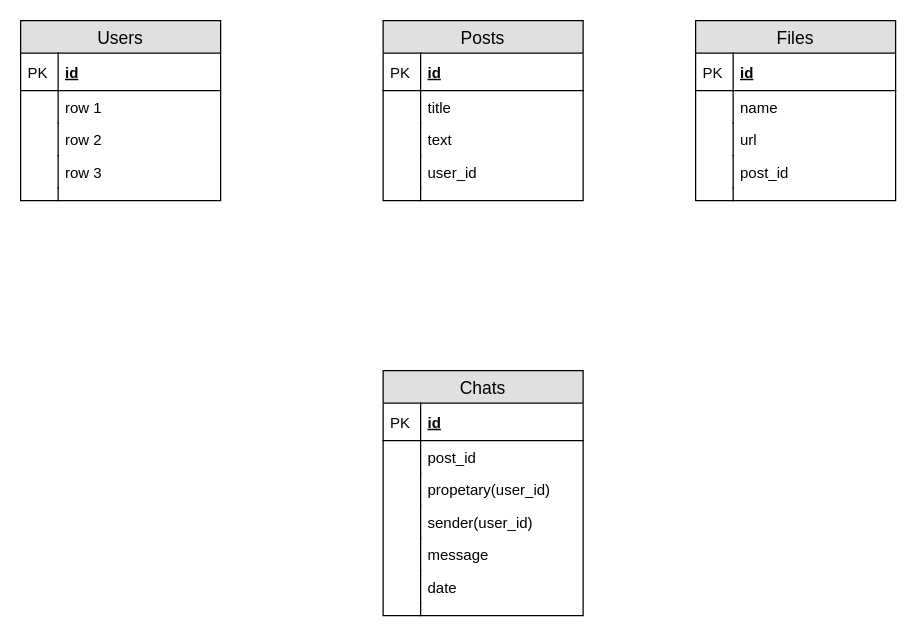
This is laravel_interview.drawio from Isidro-hernndez/Texto1, a draw.io file, before an edit. Source tidied: cells renumbered, new cells numbered last; positions are measured from the earlier drawing's top-left corner, leaving out a move shared by most shapes. Both pictures are drawn from the tidied source at 125%, with x=0, y=0 at pixel (20, 20).
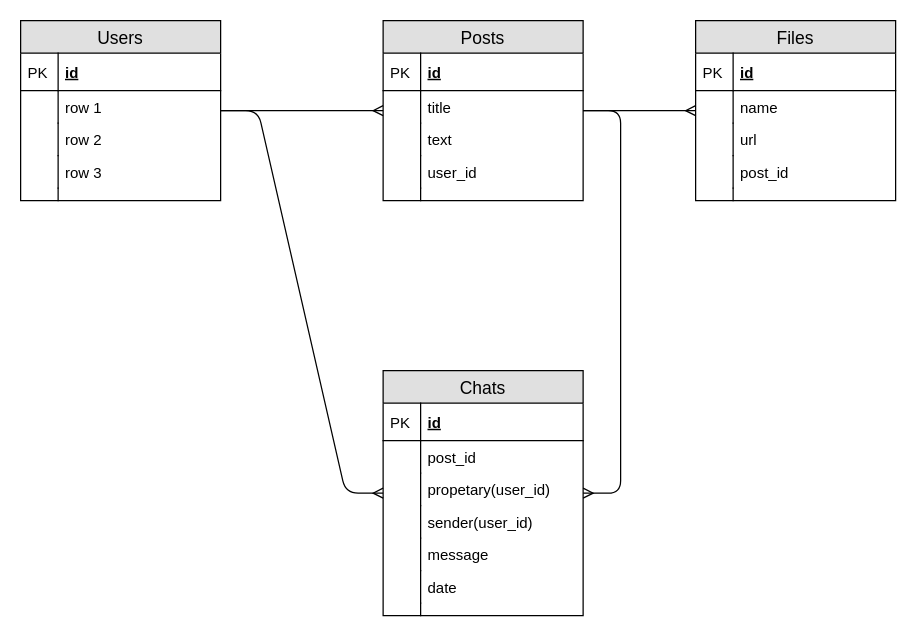
The same diagram, later.

The change refers to these unchanged cells:
```xml
<mxCell id="2" value="Users" style="swimlane;fontStyle=0;horizontal=1;startSize=26;fillColor=#e0e0e0;swimlaneFillColor=#ffffff;align=center;fontSize=14;" parent="1" vertex="1">
  <mxGeometry width="160" height="144" as="geometry" />
</mxCell>
<mxCell id="13" value="Posts" style="swimlane;fontStyle=0;horizontal=1;startSize=26;fillColor=#e0e0e0;swimlaneFillColor=#ffffff;align=center;fontSize=14;" parent="1" vertex="1">
  <mxGeometry x="290" width="160" height="144" as="geometry" />
</mxCell>
<mxCell id="24" value="Chats" style="swimlane;fontStyle=0;horizontal=1;startSize=26;fillColor=#e0e0e0;swimlaneFillColor=#ffffff;align=center;fontSize=14;" parent="1" vertex="1">
  <mxGeometry x="290" y="280" width="160" height="196" as="geometry" />
</mxCell>
<mxCell id="39" value="Files" style="swimlane;fontStyle=0;horizontal=1;startSize=26;fillColor=#e0e0e0;swimlaneFillColor=#ffffff;align=center;fontSize=14;" parent="1" vertex="1">
  <mxGeometry x="540" width="160" height="144" as="geometry" />
</mxCell>
```

Change to the diagram source:
```diff
@@
+    <mxCell id="50" style="edgeStyle=entityRelationEdgeStyle;fontSize=12;html=1;endArrow=ERmany;" parent="1" edge="1" source="2" target="13">
+      <mxGeometry relative="1" as="geometry" />
+    </mxCell>
+    <mxCell id="51" style="edgeStyle=entityRelationEdgeStyle;fontSize=12;html=1;endArrow=ERmany;" parent="1" edge="1" source="13" target="24">
+      <mxGeometry relative="1" as="geometry" />
+    </mxCell>
+    <mxCell id="52" style="edgeStyle=entityRelationEdgeStyle;fontSize=12;html=1;endArrow=ERmany;" parent="1" edge="1" source="2" target="24">
+      <mxGeometry relative="1" as="geometry" />
+    </mxCell>
+    <mxCell id="53" style="edgeStyle=entityRelationEdgeStyle;fontSize=12;html=1;endArrow=ERmany;" parent="1" edge="1" source="13" target="39">
+      <mxGeometry relative="1" as="geometry" />
+    </mxCell>
```
